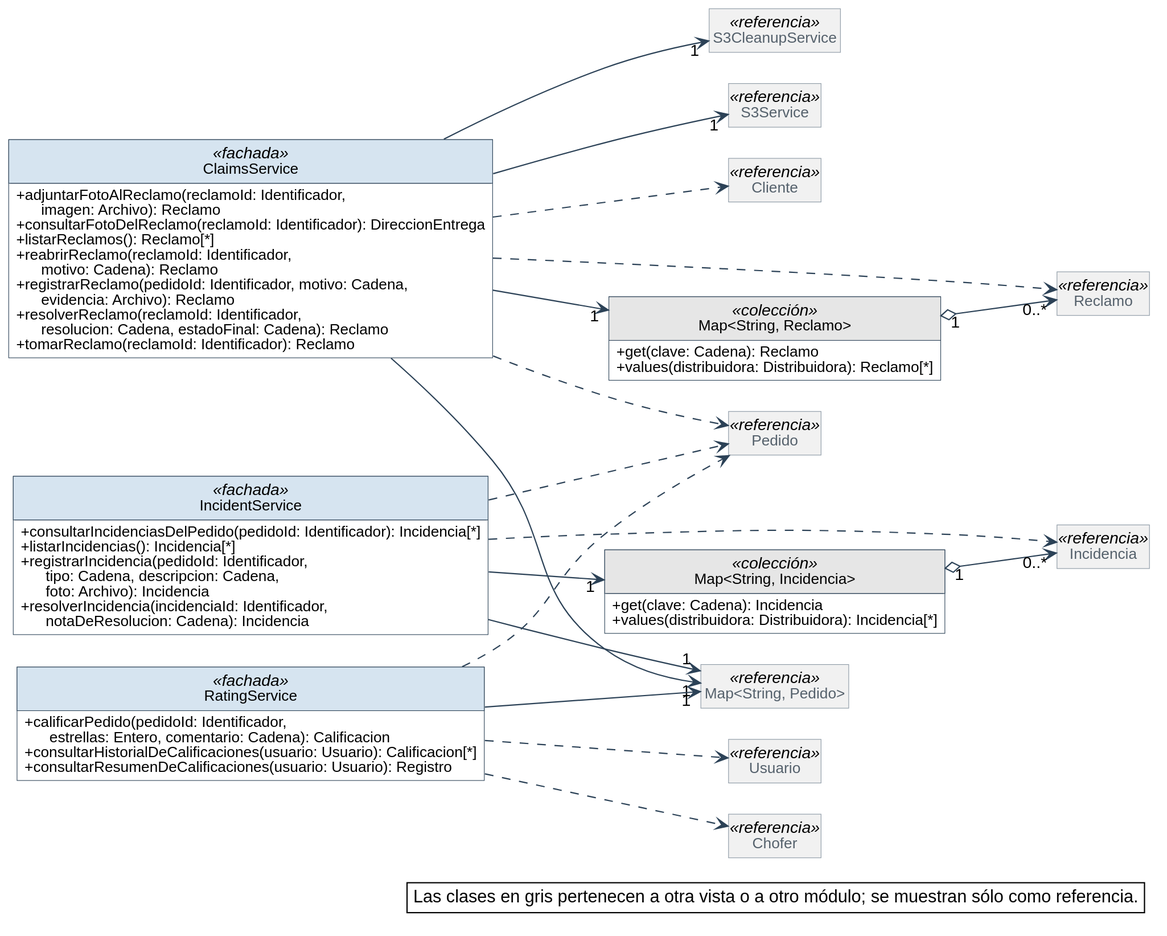
Nahuelito-Dev/splg-docs keeps this PlantUML diagram as diagramas/clases-diseno/DC_Mod_Posventa.svg. Above is the earlier version.
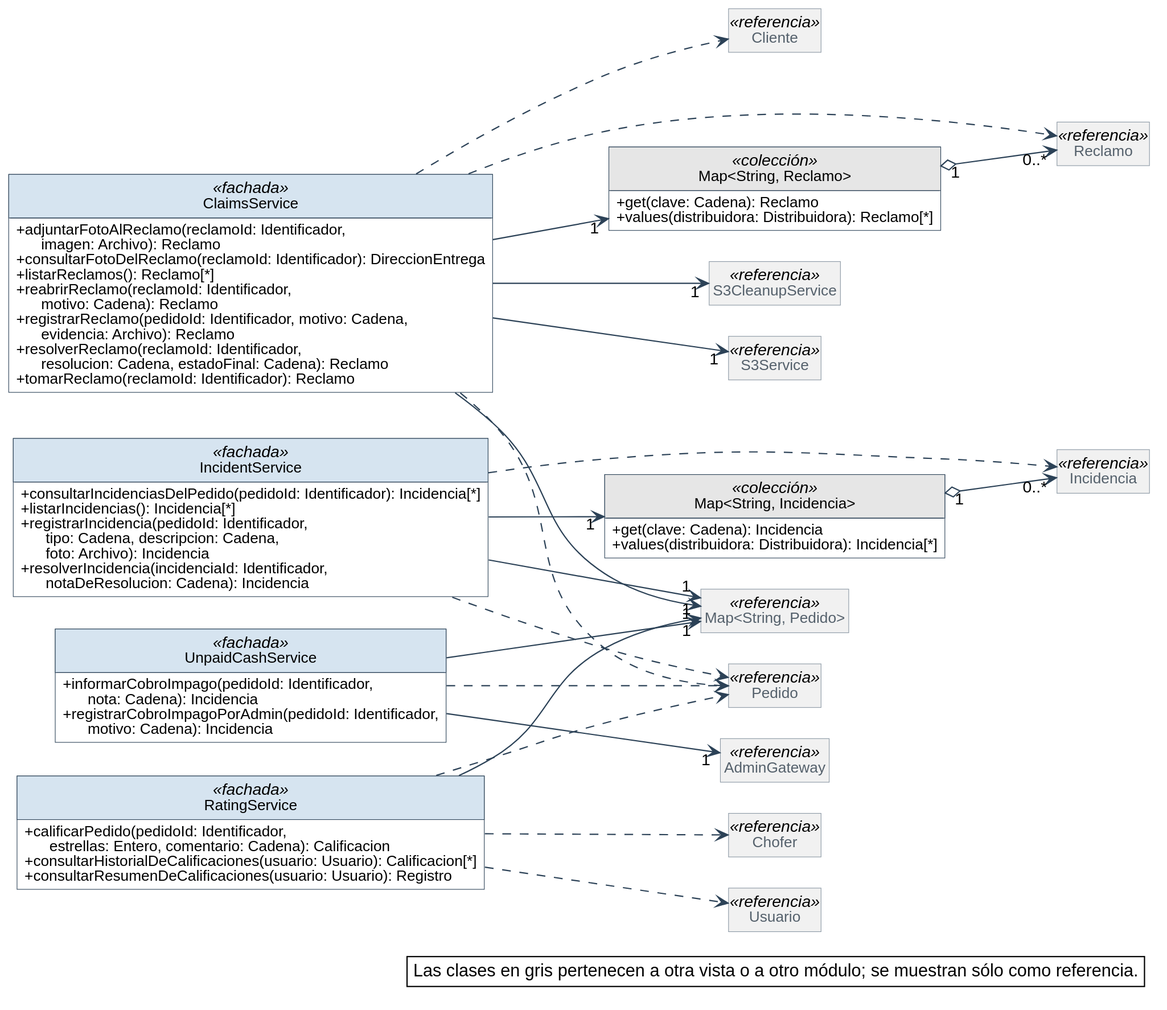
After the change.

Change to the diagram source:
```diff
@@ -83,6 +83,10 @@
   + get(clave: Cadena): Incidencia
   + values(distribuidora: Distribuidora): Incidencia[*]
 }
+class UnpaidCashService <<fachada>> {
+  + informarCobroImpago(pedidoId: Identificador,\n      nota: Cadena): Incidencia
+  + registrarCobroImpagoPorAdmin(pedidoId: Identificador,\n      motivo: Cadena): Incidencia
+}
 class RatingService <<fachada>> {
   + calificarPedido(pedidoId: Identificador,\n      estrellas: Entero, comentario: Cadena): Calificacion
   + consultarHistorialDeCalificaciones(usuario: Usuario): Calificacion[*]
@@ -93,6 +97,7 @@
 class "Map<String, Pedido>" as Map_String_Pedido <<referencia>>
 class S3CleanupService <<referencia>>
 class S3Service <<referencia>>
+class AdminGateway <<referencia>>
 class Cliente <<referencia>>
 class Pedido <<referencia>>
 class Chofer <<referencia>>
@@ -107,6 +112,8 @@
 IncidentService --> "1" Map_String_Incidencia
 IncidentService --> "1" Map_String_Pedido
 RatingService --> "1" Map_String_Pedido
+UnpaidCashService --> "1" AdminGateway
+UnpaidCashService --> "1" Map_String_Pedido
 ClaimsService ..> Cliente
 ClaimsService ..> Pedido
 ClaimsService ..> Reclamo
@@ -115,6 +122,7 @@
 RatingService ..> Chofer
 RatingService ..> Pedido
 RatingService ..> Usuario
+UnpaidCashService ..> Pedido
 
 legend bottom right
   Las clases en gris pertenecen a otra vista o a otro módulo; se muestran sólo como referencia.
```
